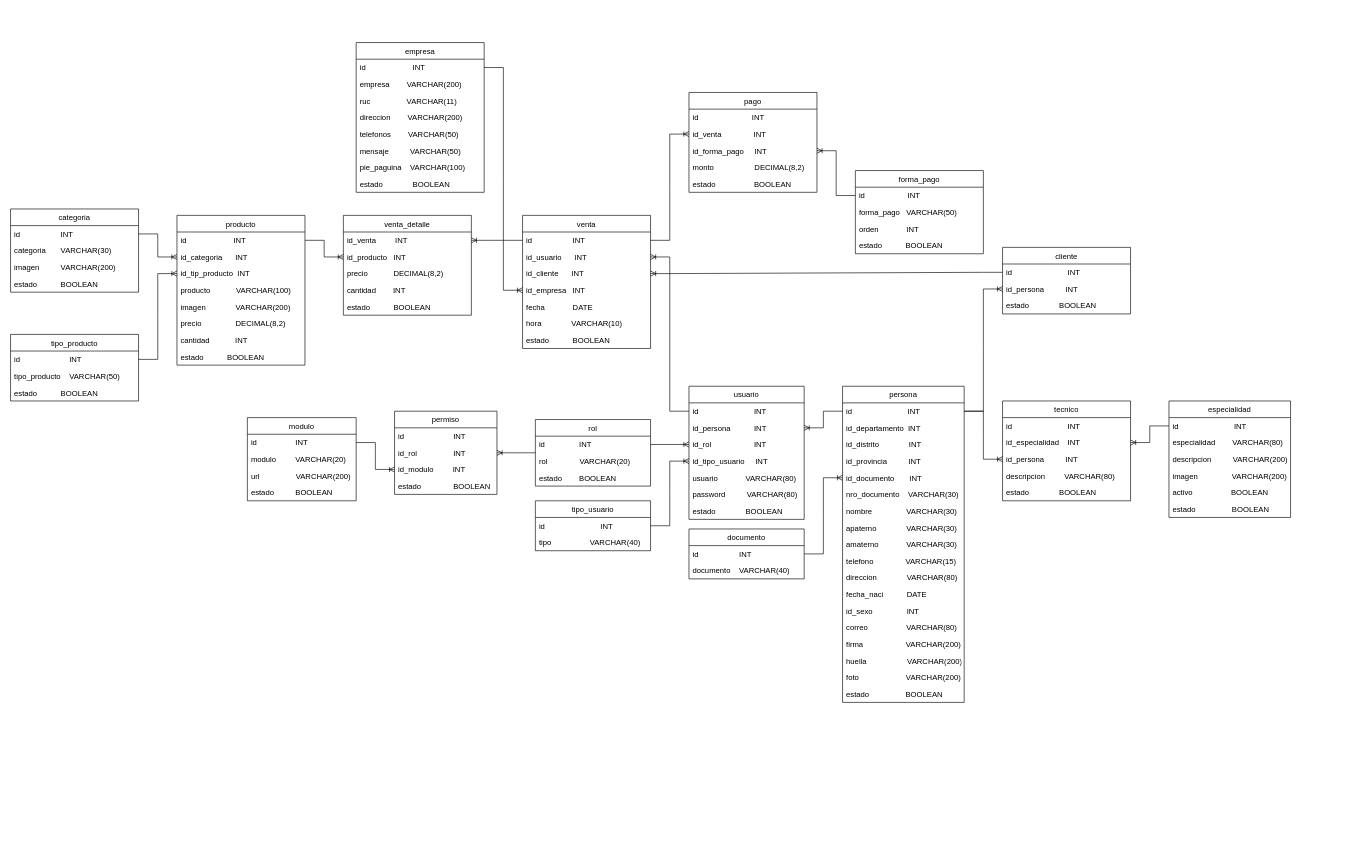
The draw.io diagram 1.- Diagramas/1.- Diagrama de Base de Datos/1.-UTP.DiagramaBD.drawio in MarcoGranadosNeyra/UTP, before the edit. Source tidied: cells renumbered, new cells numbered last; positions are measured from the earlier drawing's top-left corner, leaving out a move shared by most shapes. Both pictures are drawn from the tidied source at 64%, with x=0, y=0 at pixel (10, 42).
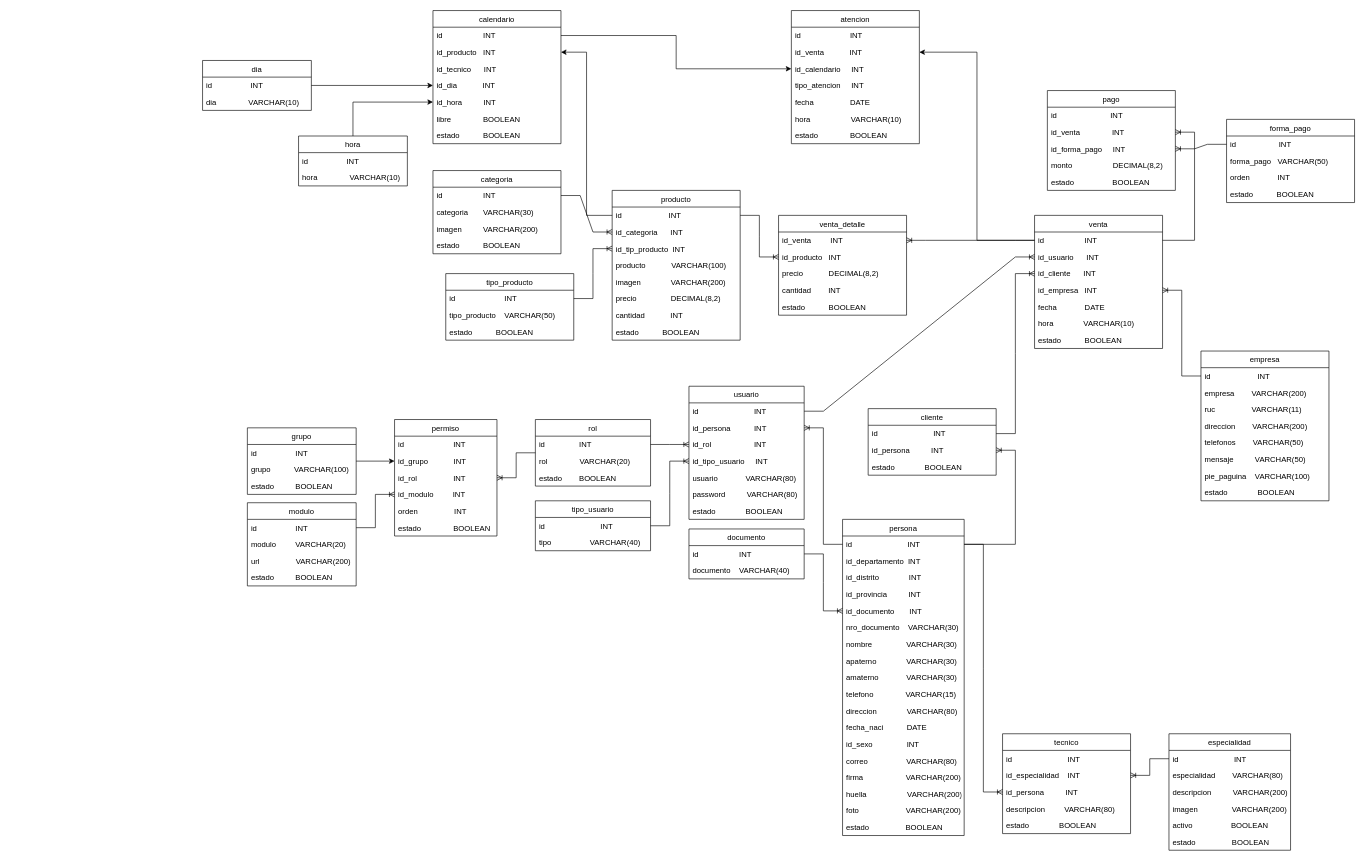
The same diagram, later.

The change refers to these unchanged cells:
```xml
<mxCell id="70" value="id                      INT" style="text;strokeColor=none;fillColor=none;align=left;verticalAlign=top;spacingLeft=4;spacingRight=4;overflow=hidden;points=[[0,0.5],[1,0.5]];portConstraint=eastwest;" parent="69" vertex="1">
  <mxGeometry y="26" width="200" height="26" as="geometry" />
</mxCell>
<mxCell id="95" value="id                   INT" style="text;strokeColor=none;fillColor=none;align=left;verticalAlign=top;spacingLeft=4;spacingRight=4;overflow=hidden;points=[[0,0.5],[1,0.5]];portConstraint=eastwest;" parent="94" vertex="1">
  <mxGeometry y="26" width="200" height="26" as="geometry" />
</mxCell>
```

Diff of the diagram source:
```diff
@@
     <mxCell id="15" value="modulo" style="swimlane;fontStyle=0;horizontal=1;startSize=26;" parent="1" vertex="1">
-      <mxGeometry x="370" y="586" width="170" height="130" as="geometry" />
+      <mxGeometry x="370" y="719" width="170" height="130" as="geometry" />
     </mxCell>
@@
     <mxCell id="20" value="permiso" style="swimlane;fontStyle=0;horizontal=1;startSize=26;" parent="1" vertex="1">
-      <mxGeometry x="600" y="576" width="160" height="130" as="geometry" />
+      <mxGeometry x="600" y="589" width="160" height="182" as="geometry" />
     </mxCell>
@@
+    <mxCell id="136" value="id_grupo            INT" style="text;strokeColor=none;fillColor=none;align=left;verticalAlign=top;spacingLeft=4;spacingRight=4;overflow=hidden;points=[[0,0.5],[1,0.5]];portConstraint=eastwest;" parent="20" vertex="1">
+      <mxGeometry y="52" width="160" height="26" as="geometry" />
+    </mxCell>
     <mxCell id="22" value="id_rol                 INT" style="text;strokeColor=none;fillColor=none;align=left;verticalAlign=top;spacingLeft=4;spacingRight=4;overflow=hidden;points=[[0,0.5],[1,0.5]];portConstraint=eastwest;" parent="20" vertex="1">
-      <mxGeometry y="52" width="160" height="26" as="geometry" />
+      <mxGeometry y="78" width="160" height="26" as="geometry" />
     </mxCell>
     <mxCell id="23" value="id_modulo         INT    " style="text;strokeColor=none;fillColor=none;align=left;verticalAlign=top;spacingLeft=4;spacingRight=4;overflow=hidden;points=[[0,0.5],[1,0.5]];portConstraint=eastwest;" parent="20" vertex="1">
-      <mxGeometry y="78" width="160" height="26" as="geometry" />
+      <mxGeometry y="104" width="160" height="26" as="geometry" />
     </mxCell>
+    <mxCell id="137" value="orden                 INT    " style="text;strokeColor=none;fillColor=none;align=left;verticalAlign=top;spacingLeft=4;spacingRight=4;overflow=hidden;" parent="20" vertex="1">
+      <mxGeometry y="130" width="160" height="26" as="geometry" />
+    </mxCell>
     <mxCell id="24" value="estado               BOOLEAN&#10; " style="text;strokeColor=none;fillColor=none;align=left;verticalAlign=top;spacingLeft=4;spacingRight=4;overflow=hidden;" parent="20" vertex="1">
-      <mxGeometry y="104" width="160" height="26" as="geometry" />
+      <mxGeometry y="156" width="160" height="26" as="geometry" />
     </mxCell>
@@
     <mxCell id="28" value="persona" style="swimlane;fontStyle=0;horizontal=1;startSize=26;" parent="1" vertex="1">
-      <mxGeometry x="1300" y="537" width="190" height="494" as="geometry" />
+      <mxGeometry x="1300" y="745" width="190" height="494" as="geometry" />
     </mxCell>
@@
     <mxCell id="47" value="tecnico" style="swimlane;fontStyle=0;horizontal=1;startSize=26;" parent="1" vertex="1">
-      <mxGeometry x="1550" y="560" width="200" height="156" as="geometry" />
+      <mxGeometry x="1550" y="1080" width="200" height="156" as="geometry" />
     </mxCell>
@@
     <mxCell id="53" value="especialidad" style="swimlane;fontStyle=0;horizontal=1;startSize=26;" parent="1" vertex="1">
-      <mxGeometry x="1810" y="560" width="190" height="182" as="geometry" />
+      <mxGeometry x="1810" y="1080" width="190" height="182" as="geometry" />
     </mxCell>
@@
     <mxCell id="60" value="empresa" style="swimlane;fontStyle=0;horizontal=1;startSize=26;" parent="1" vertex="1">
-      <mxGeometry x="540" width="200" height="234" as="geometry" />
+      <mxGeometry x="1860" y="482" width="200" height="234" as="geometry" />
     </mxCell>
@@
     <mxCell id="69" value="producto" style="swimlane;fontStyle=0;horizontal=1;startSize=26;" parent="1" vertex="1">
-      <mxGeometry x="260" y="270" width="200" height="234" as="geometry" />
+      <mxGeometry x="940" y="231" width="200" height="234" as="geometry" />
     </mxCell>
@@
     <mxCell id="78" value="categoria" style="swimlane;fontStyle=0;horizontal=1;startSize=26;" parent="1" vertex="1">
-      <mxGeometry y="260" width="200" height="130" as="geometry" />
+      <mxGeometry x="660" y="200" width="200" height="130" as="geometry" />
     </mxCell>
@@
     <mxCell id="94" value="venta" style="swimlane;fontStyle=0;horizontal=1;startSize=26;" parent="1" vertex="1">
-      <mxGeometry x="800" y="270" width="200" height="208" as="geometry" />
+      <mxGeometry x="1600" y="270" width="200" height="208" as="geometry" />
     </mxCell>
@@
-    <mxCell id="102" value="cliente" style="swimlane;fontStyle=0;horizontal=1;startSize=26;" parent="1" vertex="1">
-      <mxGeometry x="1550" y="320" width="200" height="104" as="geometry" />
-    </mxCell>
-    <mxCell id="103" value="id                          INT" style="text;strokeColor=none;fillColor=none;align=left;verticalAlign=top;spacingLeft=4;spacingRight=4;overflow=hidden;points=[[0,0.5],[1,0.5]];portConstraint=eastwest;" parent="102" vertex="1">
-      <mxGeometry y="26" width="200" height="26" as="geometry" />
-    </mxCell>
-    <mxCell id="104" value="id_persona          INT" style="text;strokeColor=none;fillColor=none;align=left;verticalAlign=top;spacingLeft=4;spacingRight=4;overflow=hidden;points=[[0,0.5],[1,0.5]];portConstraint=eastwest;" parent="102" vertex="1">
-      <mxGeometry y="52" width="200" height="26" as="geometry" />
-    </mxCell>
-    <mxCell id="105" value="estado              BOOLEAN" style="text;strokeColor=none;fillColor=none;align=left;verticalAlign=top;spacingLeft=4;spacingRight=4;overflow=hidden;" parent="102" vertex="1">
-      <mxGeometry y="78" width="200" height="26" as="geometry" />
-    </mxCell>
     <mxCell id="106" value="venta_detalle" style="swimlane;fontStyle=0;horizontal=1;startSize=26;" parent="1" vertex="1">
-      <mxGeometry x="520" y="270" width="200" height="156" as="geometry" />
+      <mxGeometry x="1200" y="270" width="200" height="156" as="geometry" />
     </mxCell>
@@
     <mxCell id="118" value="pago" style="swimlane;fontStyle=0;horizontal=1;startSize=26;" parent="1" vertex="1">
-      <mxGeometry x="1060" y="78" width="200" height="156" as="geometry" />
+      <mxGeometry x="1620" y="75" width="200" height="156" as="geometry" />
     </mxCell>
@@
     <mxCell id="124" value="forma_pago" style="swimlane;fontStyle=0;horizontal=1;startSize=26;" parent="1" vertex="1">
-      <mxGeometry x="1320" y="200" width="200" height="130" as="geometry" />
+      <mxGeometry x="1900" y="120" width="200" height="130" as="geometry" />
     </mxCell>
@@
     <mxCell id="131" value="tipo_producto" style="swimlane;fontStyle=0;horizontal=1;startSize=26;" parent="1" vertex="1">
-      <mxGeometry y="456" width="200" height="104" as="geometry" />
+      <mxGeometry x="680" y="361" width="200" height="104" as="geometry" />
     </mxCell>
@@
+    <mxCell id="138" value="calendario" style="swimlane;fontStyle=0;horizontal=1;startSize=26;" parent="1" vertex="1">
+      <mxGeometry x="660" y="-50" width="200" height="208" as="geometry" />
+    </mxCell>
+    <mxCell id="139" value="id                   INT" style="text;strokeColor=none;fillColor=none;align=left;verticalAlign=top;spacingLeft=4;spacingRight=4;overflow=hidden;points=[[0,0.5],[1,0.5]];portConstraint=eastwest;" parent="138" vertex="1">
+      <mxGeometry y="26" width="200" height="26" as="geometry" />
+    </mxCell>
+    <mxCell id="140" value="id_producto   INT" style="text;strokeColor=none;fillColor=none;align=left;verticalAlign=top;spacingLeft=4;spacingRight=4;overflow=hidden;points=[[0,0.5],[1,0.5]];portConstraint=eastwest;" parent="138" vertex="1">
+      <mxGeometry y="52" width="200" height="26" as="geometry" />
+    </mxCell>
+    <mxCell id="141" value="id_tecnico      INT" style="text;strokeColor=none;fillColor=none;align=left;verticalAlign=top;spacingLeft=4;spacingRight=4;overflow=hidden;" parent="138" vertex="1">
+      <mxGeometry y="78" width="200" height="26" as="geometry" />
+    </mxCell>
+    <mxCell id="142" value="id_dia            INT" style="text;strokeColor=none;fillColor=none;align=left;verticalAlign=top;spacingLeft=4;spacingRight=4;overflow=hidden;points=[[0,0.5],[1,0.5]];portConstraint=eastwest;" parent="138" vertex="1">
+      <mxGeometry y="104" width="200" height="26" as="geometry" />
+    </mxCell>
+    <mxCell id="143" value="id_hora          INT" style="text;strokeColor=none;fillColor=none;align=left;verticalAlign=top;spacingLeft=4;spacingRight=4;overflow=hidden;points=[[0,0.5],[1,0.5]];portConstraint=eastwest;" parent="138" vertex="1">
+      <mxGeometry y="130" width="200" height="26" as="geometry" />
+    </mxCell>
+    <mxCell id="144" value="libre               BOOLEAN" style="text;strokeColor=none;fillColor=none;align=left;verticalAlign=top;spacingLeft=4;spacingRight=4;overflow=hidden;" parent="138" vertex="1">
+      <mxGeometry y="156" width="200" height="26" as="geometry" />
+    </mxCell>
+    <mxCell id="145" value="estado           BOOLEAN" style="text;strokeColor=none;fillColor=none;align=left;verticalAlign=top;spacingLeft=4;spacingRight=4;overflow=hidden;" parent="138" vertex="1">
+      <mxGeometry y="182" width="200" height="26" as="geometry" />
+    </mxCell>
+    <mxCell id="146" value="atencion" style="swimlane;fontStyle=0;horizontal=1;startSize=26;" parent="1" vertex="1">
+      <mxGeometry x="1220" y="-50" width="200" height="208" as="geometry" />
+    </mxCell>
+    <mxCell id="147" value="id                       INT" style="text;strokeColor=none;fillColor=none;align=left;verticalAlign=top;spacingLeft=4;spacingRight=4;overflow=hidden;" parent="146" vertex="1">
+      <mxGeometry y="26" width="200" height="26" as="geometry" />
+    </mxCell>
+    <mxCell id="148" value="id_venta            INT" style="text;strokeColor=none;fillColor=none;align=left;verticalAlign=top;spacingLeft=4;spacingRight=4;overflow=hidden;points=[[0,0.5],[1,0.5]];portConstraint=eastwest;" parent="146" vertex="1">
+      <mxGeometry y="52" width="200" height="26" as="geometry" />
+    </mxCell>
+    <mxCell id="149" value="id_calendario     INT" style="text;strokeColor=none;fillColor=none;align=left;verticalAlign=top;spacingLeft=4;spacingRight=4;overflow=hidden;points=[[0,0.5],[1,0.5]];portConstraint=eastwest;" parent="146" vertex="1">
+      <mxGeometry y="78" width="200" height="26" as="geometry" />
+    </mxCell>
+    <mxCell id="150" value="tipo_atencion     INT" style="text;strokeColor=none;fillColor=none;align=left;verticalAlign=top;spacingLeft=4;spacingRight=4;overflow=hidden;" parent="146" vertex="1">
+      <mxGeometry y="104" width="200" height="26" as="geometry" />
+    </mxCell>
+    <mxCell id="151" value="fecha                 DATE" style="text;strokeColor=none;fillColor=none;align=left;verticalAlign=top;spacingLeft=4;spacingRight=4;overflow=hidden;" parent="146" vertex="1">
+      <mxGeometry y="130" width="200" height="26" as="geometry" />
+    </mxCell>
+    <mxCell id="152" value="hora                   VARCHAR(10)" style="text;strokeColor=none;fillColor=none;align=left;verticalAlign=top;spacingLeft=4;spacingRight=4;overflow=hidden;" parent="146" vertex="1">
+      <mxGeometry y="156" width="200" height="26" as="geometry" />
+    </mxCell>
+    <mxCell id="153" value="estado               BOOLEAN" style="text;strokeColor=none;fillColor=none;align=left;verticalAlign=top;spacingLeft=4;spacingRight=4;overflow=hidden;" parent="146" vertex="1">
+      <mxGeometry y="182" width="200" height="26" as="geometry" />
+    </mxCell>
+    <mxCell id="154" style="edgeStyle=orthogonalEdgeStyle;rounded=0;jettySize=auto;html=1;" parent="1" edge="1" source="155" target="136">
+      <mxGeometry relative="1" as="geometry" />
+    </mxCell>
+    <mxCell id="155" value="grupo" style="swimlane;fontStyle=0;horizontal=1;startSize=26;" parent="1" vertex="1">
+      <mxGeometry x="370" y="602" width="170" height="104" as="geometry" />
+    </mxCell>
+    <mxCell id="156" value="id                  INT" style="text;strokeColor=none;fillColor=none;align=left;verticalAlign=top;spacingLeft=4;spacingRight=4;overflow=hidden;" parent="155" vertex="1">
+      <mxGeometry y="26" width="170" height="26" as="geometry" />
+    </mxCell>
+    <mxCell id="157" value="grupo           VARCHAR(100)" style="text;strokeColor=none;fillColor=none;align=left;verticalAlign=top;spacingLeft=4;spacingRight=4;overflow=hidden;" parent="155" vertex="1">
+      <mxGeometry y="52" width="170" height="26" as="geometry" />
+    </mxCell>
+    <mxCell id="158" value="estado          BOOLEAN" style="text;strokeColor=none;fillColor=none;align=left;verticalAlign=top;spacingLeft=4;spacingRight=4;overflow=hidden;" parent="155" vertex="1">
+      <mxGeometry y="78" width="170" height="26" as="geometry" />
+    </mxCell>
+    <mxCell id="102" value="cliente" style="swimlane;fontStyle=0;horizontal=1;startSize=26;" parent="1" vertex="1">
+      <mxGeometry x="1340" y="572" width="200" height="104" as="geometry" />
+    </mxCell>
+    <mxCell id="103" value="id                          INT" style="text;strokeColor=none;fillColor=none;align=left;verticalAlign=top;spacingLeft=4;spacingRight=4;overflow=hidden;points=[[0,0.5],[1,0.5]];portConstraint=eastwest;" parent="102" vertex="1">
+      <mxGeometry y="26" width="200" height="26" as="geometry" />
+    </mxCell>
+    <mxCell id="104" value="id_persona          INT" style="text;strokeColor=none;fillColor=none;align=left;verticalAlign=top;spacingLeft=4;spacingRight=4;overflow=hidden;points=[[0,0.5],[1,0.5]];portConstraint=eastwest;" parent="102" vertex="1">
+      <mxGeometry y="52" width="200" height="26" as="geometry" />
+    </mxCell>
+    <mxCell id="105" value="estado              BOOLEAN" style="text;strokeColor=none;fillColor=none;align=left;verticalAlign=top;spacingLeft=4;spacingRight=4;overflow=hidden;" parent="102" vertex="1">
+      <mxGeometry y="78" width="200" height="26" as="geometry" />
+    </mxCell>
+    <mxCell id="159" style="edgeStyle=orthogonalEdgeStyle;rounded=0;jettySize=auto;html=1;" parent="1" edge="1" source="70" target="140">
+      <mxGeometry relative="1" as="geometry" />
+    </mxCell>
+    <mxCell id="160" style="edgeStyle=orthogonalEdgeStyle;rounded=0;jettySize=auto;html=1;" parent="1" edge="1" source="95" target="148">
+      <mxGeometry relative="1" as="geometry" />
+    </mxCell>
+    <mxCell id="161" style="edgeStyle=orthogonalEdgeStyle;rounded=0;jettySize=auto;html=1;" parent="1" edge="1" source="139" target="149">
+      <mxGeometry relative="1" as="geometry" />
+    </mxCell>
+    <mxCell id="162" style="edgeStyle=orthogonalEdgeStyle;rounded=0;jettySize=auto;html=1;" parent="1" edge="1" source="163" target="142">
+      <mxGeometry relative="1" as="geometry" />
+    </mxCell>
+    <mxCell id="163" value="dia" style="swimlane;fontStyle=0;horizontal=1;startSize=26;" parent="1" vertex="1">
+      <mxGeometry x="300" y="28" width="170" height="78" as="geometry" />
+    </mxCell>
+    <mxCell id="164" value="id                  INT" style="text;strokeColor=none;fillColor=none;align=left;verticalAlign=top;spacingLeft=4;spacingRight=4;overflow=hidden;" parent="163" vertex="1">
+      <mxGeometry y="26" width="170" height="26" as="geometry" />
+    </mxCell>
+    <mxCell id="165" value="dia               VARCHAR(10)" style="text;strokeColor=none;fillColor=none;align=left;verticalAlign=top;spacingLeft=4;spacingRight=4;overflow=hidden;" parent="163" vertex="1">
+      <mxGeometry y="52" width="170" height="26" as="geometry" />
+    </mxCell>
+    <mxCell id="166" style="edgeStyle=orthogonalEdgeStyle;rounded=0;jettySize=auto;html=1;" parent="1" edge="1" source="167" target="143">
+      <mxGeometry relative="1" as="geometry" />
+    </mxCell>
+    <mxCell id="167" value="hora" style="swimlane;fontStyle=0;horizontal=1;startSize=26;" parent="1" vertex="1">
+      <mxGeometry x="450" y="146" width="170" height="78" as="geometry" />
+    </mxCell>
+    <mxCell id="168" value="id                  INT" style="text;strokeColor=none;fillColor=none;align=left;verticalAlign=top;spacingLeft=4;spacingRight=4;overflow=hidden;" parent="167" vertex="1">
+      <mxGeometry y="26" width="170" height="26" as="geometry" />
+    </mxCell>
+    <mxCell id="169" value="hora               VARCHAR(10)" style="text;strokeColor=none;fillColor=none;align=left;verticalAlign=top;spacingLeft=4;spacingRight=4;overflow=hidden;" parent="167" vertex="1">
+      <mxGeometry y="52" width="170" height="26" as="geometry" />
+    </mxCell>
```
